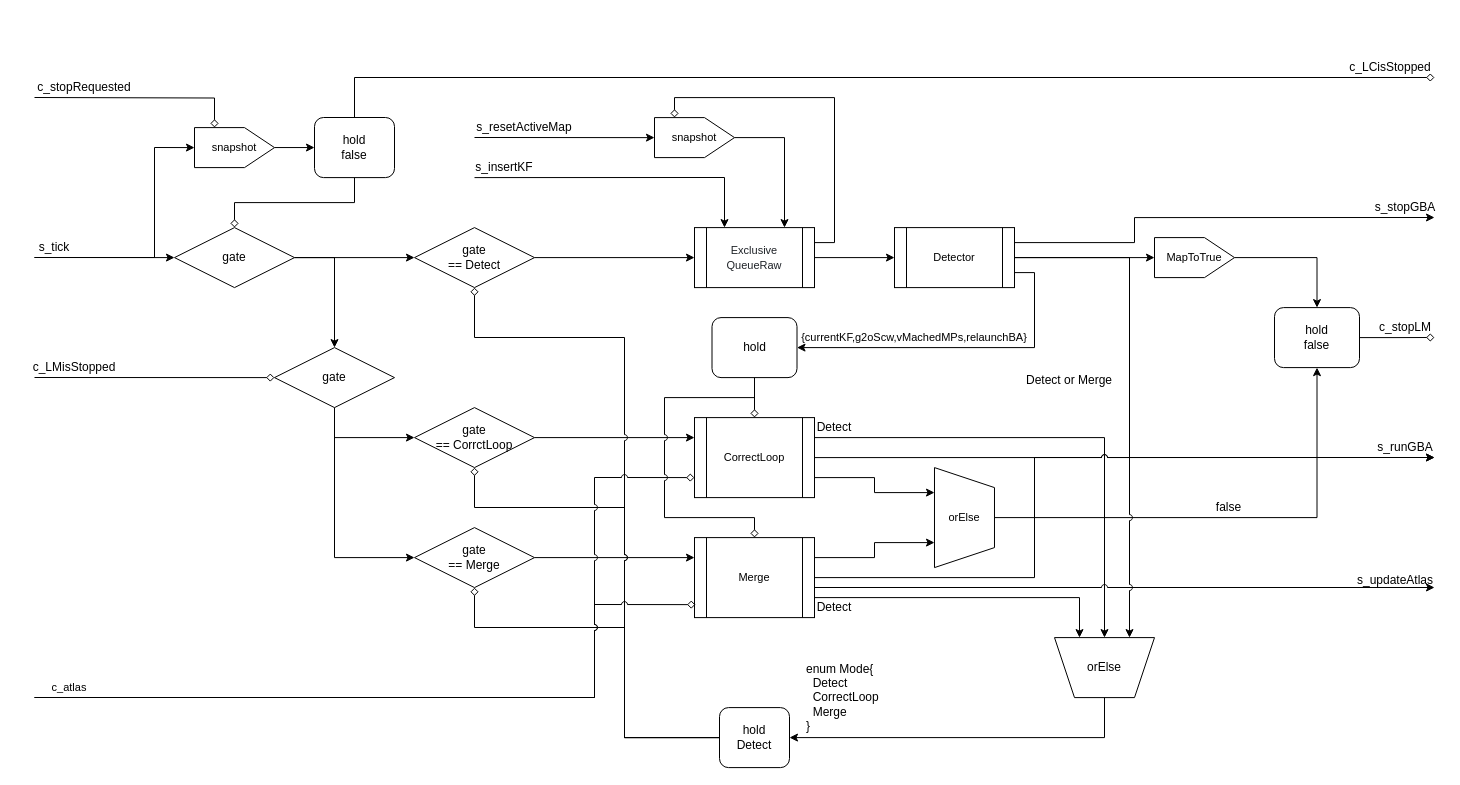
Above: images/LoopClosingFRP.drawio in suzuki-taro-unofficial/ORB-SLAM3-decoding (draw.io), before the change. Source tidied: cells renumbered, new cells numbered last; positions are measured from the earlier drawing's top-left corner, leaving out a move shared by most shapes. Both pictures are drawn from the tidied source at 100%, with x=0, y=0 at pixel (34, 57).
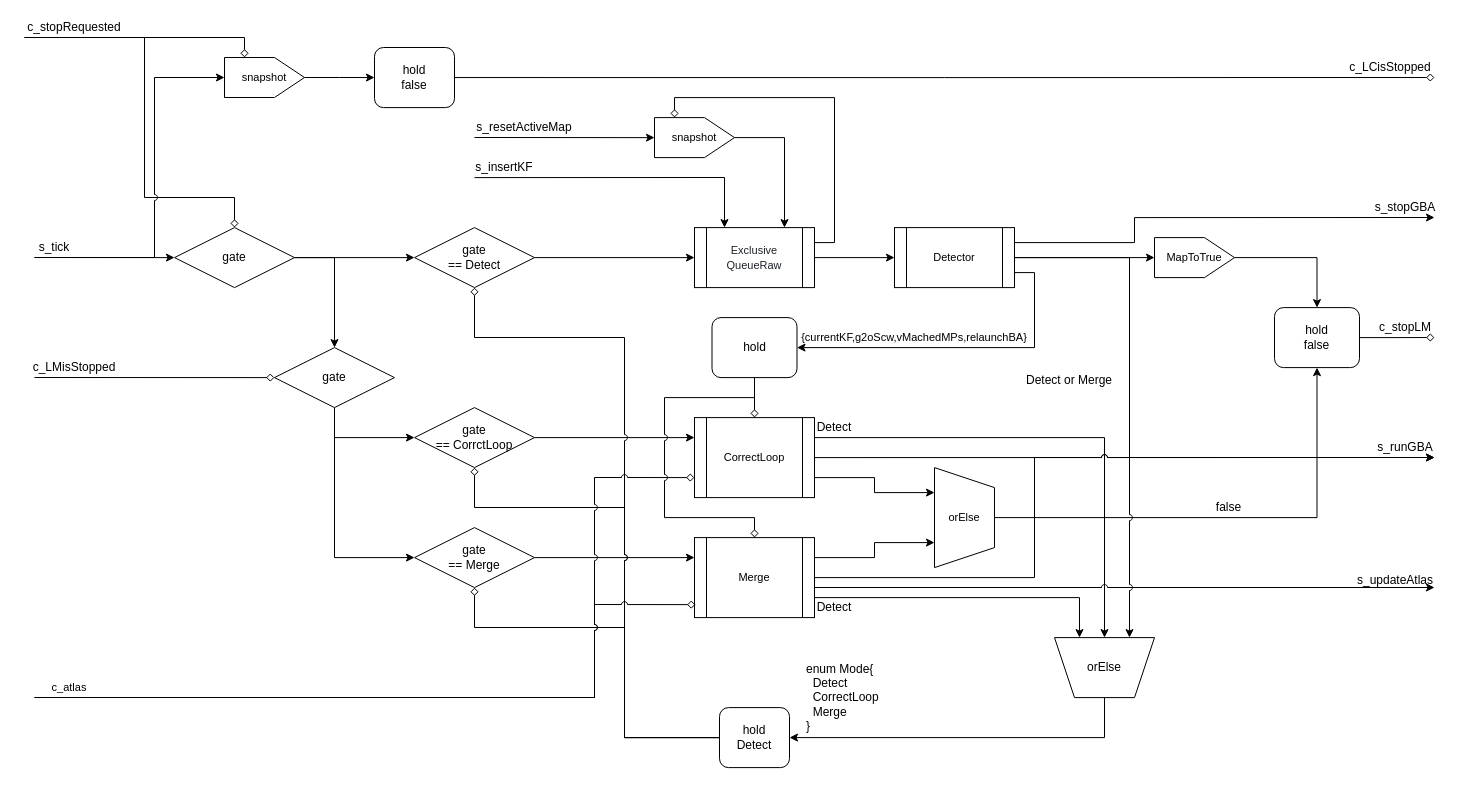
The same page after the edit.

Unchanged cells that the change refers to:
```xml
<mxCell id="14" value="s_tick" style="text;html=1;align=center;verticalAlign=middle;whiteSpace=wrap;rounded=0;" parent="1" vertex="1">
  <mxGeometry y="180" width="40" height="20" as="geometry" />
</mxCell>
<mxCell id="69" value="gate" style="rhombus;whiteSpace=wrap;html=1;" parent="1" vertex="1">
  <mxGeometry x="140" y="170.1" width="120" height="60" as="geometry" />
</mxCell>
```

Diff of the diagram source:
```diff
@@
-    <mxCell id="60" style="edgeStyle=orthogonalEdgeStyle;rounded=0;jettySize=auto;html=1;entryX=1;entryY=0.25;entryDx=0;entryDy=0;endArrow=diamond;endFill=0;" parent="1" edge="1" target="65">
+    <mxCell id="60" style="edgeStyle=orthogonalEdgeStyle;rounded=0;jettySize=auto;html=1;entryX=1;entryY=0.25;entryDx=0;entryDy=0;endArrow=diamond;endFill=0;exitX=0;exitY=1;exitDx=0;exitDy=0;" parent="1" edge="1" source="72" target="65">
       <mxGeometry relative="1" as="geometry">
-        <mxPoint y="40" as="sourcePoint" />
+        <Array as="points">
+          <mxPoint x="210" y="-20" />
+        </Array>
       </mxGeometry>
     </mxCell>
-    <mxCell id="61" style="edgeStyle=orthogonalEdgeStyle;rounded=0;jettySize=auto;html=1;exitX=0.5;exitY=1;exitDx=0;exitDy=0;entryX=0.5;entryY=0;entryDx=0;entryDy=0;endArrow=diamond;endFill=0;" parent="1" edge="1" source="63" target="69">
-      <mxGeometry relative="1" as="geometry" />
+    <mxCell id="61" style="edgeStyle=orthogonalEdgeStyle;rounded=0;jettySize=auto;html=1;exitX=0;exitY=1;exitDx=0;exitDy=0;entryX=0.5;entryY=0;entryDx=0;entryDy=0;endArrow=diamond;endFill=0;" parent="1" edge="1" source="72" target="69">
+      <mxGeometry relative="1" as="geometry">
+        <Array as="points">
+          <mxPoint x="110" y="-20" />
+          <mxPoint x="110" y="140" />
+          <mxPoint x="200" y="140" />
+        </Array>
+      </mxGeometry>
     </mxCell>
-    <mxCell id="62" style="edgeStyle=orthogonalEdgeStyle;rounded=0;jettySize=auto;html=1;exitX=0.5;exitY=0;exitDx=0;exitDy=0;endArrow=diamond;endFill=0;" parent="1" edge="1" source="63">
+    <mxCell id="62" style="edgeStyle=orthogonalEdgeStyle;rounded=0;jettySize=auto;html=1;exitX=1;exitY=0.5;exitDx=0;exitDy=0;endArrow=diamond;endFill=0;" parent="1" edge="1" source="63">
       <mxGeometry relative="1" as="geometry">
         <mxPoint x="1400" y="20" as="targetPoint" />
-        <Array as="points">
-          <mxPoint x="320" y="20" />
-        </Array>
       </mxGeometry>
     </mxCell>
     <mxCell id="63" value="hold&lt;div&gt;false&lt;/div&gt;" style="rounded=1;whiteSpace=wrap;html=1;" parent="1" vertex="1">
-      <mxGeometry x="280" y="60" width="80" height="60.1" as="geometry" />
+      <mxGeometry x="340" y="-10" width="80" height="60.1" as="geometry" />
     </mxCell>
@@
     <mxCell id="65" value="snapshot" style="shape=offPageConnector;whiteSpace=wrap;html=1;fontFamily=Helvetica;fontSize=11;fontColor=default;labelBackgroundColor=default;direction=north;" parent="1" vertex="1">
-      <mxGeometry x="160" y="70.1" width="80" height="40" as="geometry" />
+      <mxGeometry x="190" width="80" height="40" as="geometry" />
     </mxCell>
     <mxCell id="66" style="endArrow=classic;html=1;rounded=0;exitX=0;exitY=1;exitDx=0;exitDy=0;entryX=0.5;entryY=0;entryDx=0;entryDy=0;jumpStyle=arc;" parent="1" edge="1" source="14" target="65">
       <mxGeometry relative="1" as="geometry">
         <Array as="points">
           <mxPoint x="120" y="200" />
-          <mxPoint x="120" y="90" />
+          <mxPoint x="120" y="20" />
         </Array>
       </mxGeometry>
     </mxCell>
@@
     <mxCell id="72" value="c_stopRequested" style="text;html=1;align=center;verticalAlign=middle;whiteSpace=wrap;rounded=0;" parent="1" vertex="1">
-      <mxGeometry y="20" width="100" height="20" as="geometry" />
+      <mxGeometry x="-10" y="-40" width="100" height="20" as="geometry" />
     </mxCell>
```
